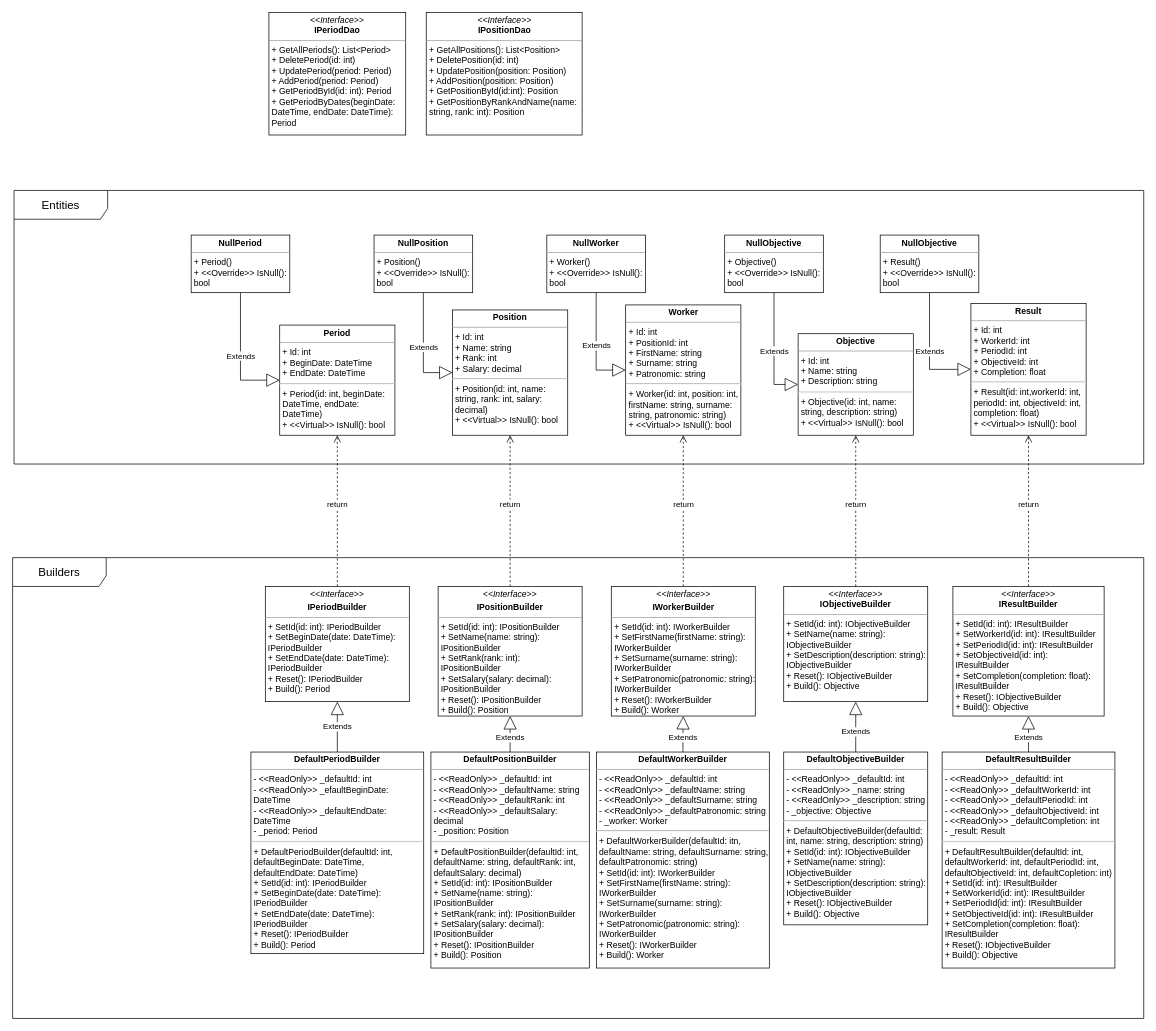
Earlier version of the draw.io diagram TaPP_First_Practice_Design.drawio (Mehanari/TaPP_Designs). Source tidied: cells renumbered, new cells numbered last; positions are measured from the earlier drawing's top-left corner, leaving out a move shared by most shapes. Both pictures are drawn from the tidied source at 72%, with x=0, y=0 at pixel (12, 12).
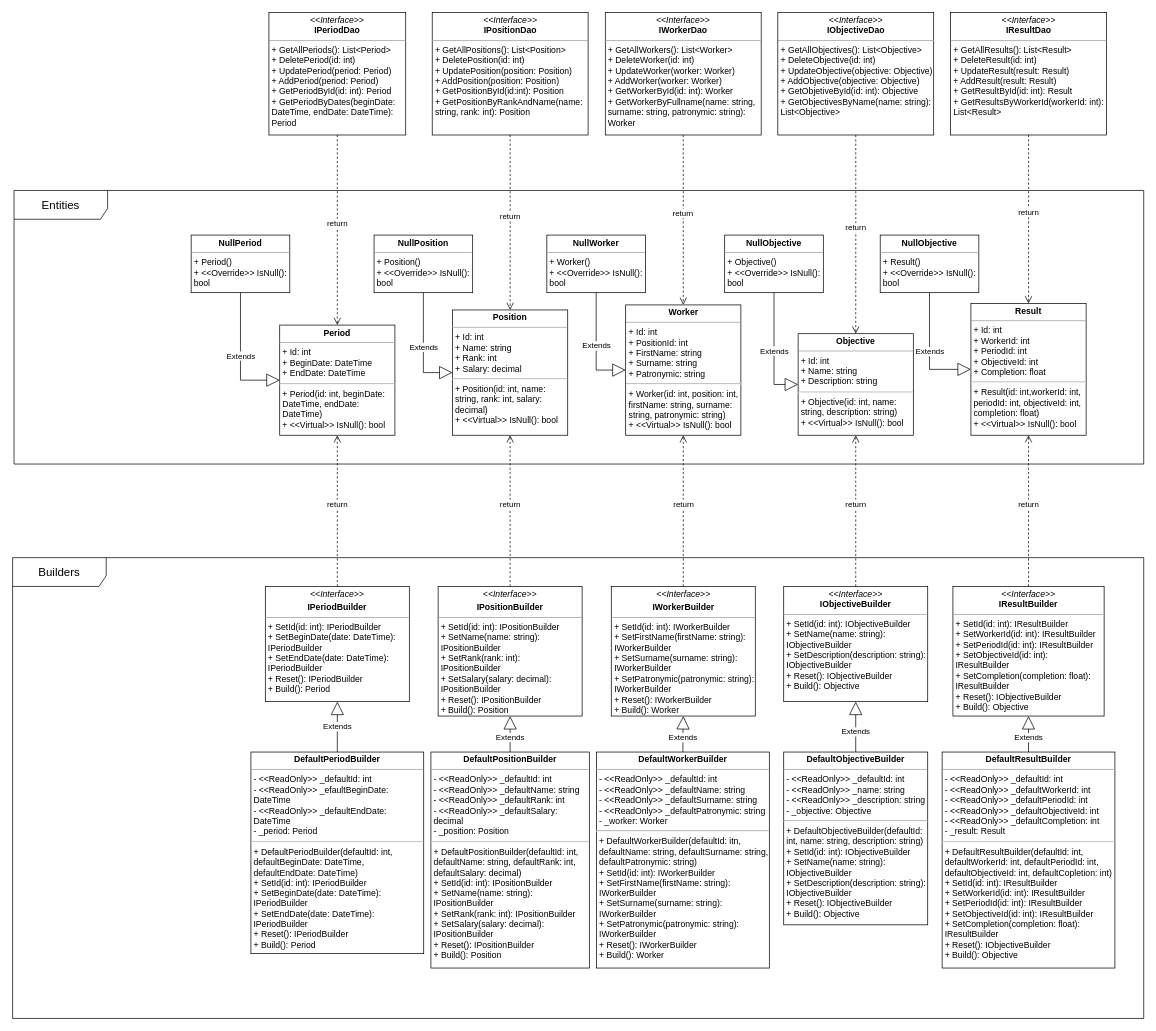
After the change.

Unchanged cells that the change refers to:
```xml
<mxCell id="3" value="&lt;p style=&quot;margin:0px;margin-top:4px;text-align:center;&quot;&gt;&lt;b&gt;Period&lt;/b&gt;&lt;/p&gt;&lt;hr size=&quot;1&quot;&gt;&lt;p style=&quot;margin:0px;margin-left:4px;&quot;&gt;+ Id: int&lt;/p&gt;&lt;p style=&quot;margin:0px;margin-left:4px;&quot;&gt;+ BeginDate: DateTime&lt;/p&gt;&lt;p style=&quot;margin:0px;margin-left:4px;&quot;&gt;+ EndDate: DateTime&lt;/p&gt;&lt;hr&gt;&lt;p style=&quot;margin:0px;margin-left:4px;&quot;&gt;+ Period(id: int, beginDate: DateTime, endDate: DateTime)&lt;/p&gt;&lt;p style=&quot;margin:0px;margin-left:4px;&quot;&gt;+ &amp;lt;&amp;lt;Virtual&amp;gt;&amp;gt; IsNull(): bool&lt;/p&gt;" style="verticalAlign=top;align=left;overflow=fill;fontSize=12;fontFamily=Helvetica;html=1;whiteSpace=wrap;" parent="1" vertex="1">
  <mxGeometry x="371" y="434" width="160" height="153" as="geometry" />
</mxCell>
<mxCell id="4" value="&lt;p style=&quot;margin:0px;margin-top:4px;text-align:center;&quot;&gt;&lt;b&gt;Position&lt;/b&gt;&lt;/p&gt;&lt;hr size=&quot;1&quot;&gt;&lt;p style=&quot;margin:0px;margin-left:4px;&quot;&gt;+ Id: int&lt;/p&gt;&lt;p style=&quot;margin:0px;margin-left:4px;&quot;&gt;+ Name: string&lt;/p&gt;&lt;p style=&quot;margin:0px;margin-left:4px;&quot;&gt;+ Rank: int&lt;/p&gt;&lt;p style=&quot;margin:0px;margin-left:4px;&quot;&gt;+ Salary: decimal&lt;/p&gt;&lt;hr&gt;&lt;p style=&quot;margin:0px;margin-left:4px;&quot;&gt;+ Position(id: int, name: string, rank: int, salary: decimal)&lt;/p&gt;&lt;p style=&quot;margin:0px;margin-left:4px;&quot;&gt;+ &amp;lt;&amp;lt;Virtual&amp;gt;&amp;gt; IsNull(): bool&lt;/p&gt;" style="verticalAlign=top;align=left;overflow=fill;fontSize=12;fontFamily=Helvetica;html=1;whiteSpace=wrap;" parent="1" vertex="1">
  <mxGeometry x="611" y="413" width="160" height="174" as="geometry" />
</mxCell>
<mxCell id="5" value="&lt;p style=&quot;margin:0px;margin-top:4px;text-align:center;&quot;&gt;&lt;b&gt;Objective&lt;/b&gt;&lt;/p&gt;&lt;hr size=&quot;1&quot;&gt;&lt;p style=&quot;margin:0px;margin-left:4px;&quot;&gt;+ Id: int&lt;/p&gt;&lt;p style=&quot;margin:0px;margin-left:4px;&quot;&gt;+ Name: string&lt;/p&gt;&lt;p style=&quot;margin:0px;margin-left:4px;&quot;&gt;+ Description: string&lt;/p&gt;&lt;hr&gt;&lt;p style=&quot;margin:0px;margin-left:4px;&quot;&gt;+ Objective(id: int, name: string, description: string)&lt;/p&gt;&lt;p style=&quot;margin:0px;margin-left:4px;&quot;&gt;+ &amp;lt;&amp;lt;Virtual&amp;gt;&amp;gt; IsNull(): bool&lt;/p&gt;&lt;p style=&quot;margin:0px;margin-left:4px;&quot;&gt;&lt;br&gt;&lt;/p&gt;" style="verticalAlign=top;align=left;overflow=fill;fontSize=12;fontFamily=Helvetica;html=1;whiteSpace=wrap;" parent="1" vertex="1">
  <mxGeometry x="1091" y="446" width="160" height="141" as="geometry" />
</mxCell>
<mxCell id="16" value="&lt;p style=&quot;margin:0px;margin-top:4px;text-align:center;&quot;&gt;&lt;b&gt;Result&lt;/b&gt;&lt;/p&gt;&lt;hr size=&quot;1&quot;&gt;&lt;p style=&quot;margin:0px;margin-left:4px;&quot;&gt;+ Id: int&lt;/p&gt;&lt;p style=&quot;margin:0px;margin-left:4px;&quot;&gt;+ WorkerId: int&lt;/p&gt;&lt;p style=&quot;margin:0px;margin-left:4px;&quot;&gt;+ PeriodId: int&lt;/p&gt;&lt;p style=&quot;margin:0px;margin-left:4px;&quot;&gt;+ ObjectiveId: int&lt;/p&gt;&lt;p style=&quot;margin:0px;margin-left:4px;&quot;&gt;+ Completion: float&lt;/p&gt;&lt;hr&gt;&lt;p style=&quot;margin:0px;margin-left:4px;&quot;&gt;+ Result(id: int,workerId: int, periodId: int, objectiveId: int, completion: float)&lt;/p&gt;&lt;p style=&quot;margin:0px;margin-left:4px;&quot;&gt;+ &amp;lt;&amp;lt;Virtual&amp;gt;&amp;gt; IsNull(): bool&lt;/p&gt;&lt;p style=&quot;margin:0px;margin-left:4px;&quot;&gt;&lt;br&gt;&lt;/p&gt;" style="verticalAlign=top;align=left;overflow=fill;fontSize=12;fontFamily=Helvetica;html=1;whiteSpace=wrap;" parent="1" vertex="1">
  <mxGeometry x="1331" y="404" width="160" height="183" as="geometry" />
</mxCell>
<mxCell id="29" value="&lt;p style=&quot;margin:0px;margin-top:4px;text-align:center;&quot;&gt;&lt;i&gt;&amp;lt;&amp;lt;Interface&amp;gt;&amp;gt;&lt;/i&gt;&lt;br&gt;&lt;b&gt;IPeriodDao&lt;/b&gt;&lt;/p&gt;&lt;hr size=&quot;1&quot;&gt;&lt;p style=&quot;margin:0px;margin-left:4px;&quot;&gt;+ GetAllPeriods(): List&amp;lt;Period&amp;gt;&lt;/p&gt;&lt;p style=&quot;margin:0px;margin-left:4px;&quot;&gt;+ DeletePeriod(id: int)&lt;/p&gt;&lt;p style=&quot;margin:0px;margin-left:4px;&quot;&gt;+ UpdatePeriod(period: Period)&lt;/p&gt;&lt;p style=&quot;margin:0px;margin-left:4px;&quot;&gt;+ AddPeriod(period: Period)&lt;/p&gt;&lt;p style=&quot;margin:0px;margin-left:4px;&quot;&gt;+ GetPeriodById(id: int): Period&lt;/p&gt;&lt;p style=&quot;margin:0px;margin-left:4px;&quot;&gt;+ GetPeriodByDates(beginDate: DateTime, endDate: DateTime): Period&lt;/p&gt;" style="verticalAlign=top;align=left;overflow=fill;fontSize=12;fontFamily=Helvetica;html=1;whiteSpace=wrap;" parent="1" vertex="1">
  <mxGeometry x="356" width="190" height="170" as="geometry" />
</mxCell>
```

The edit, as a diff of the source:
```diff
@@
-    <mxCell id="6" value="&lt;p style=&quot;margin:0px;margin-top:4px;text-align:center;&quot;&gt;&lt;b&gt;Worker&lt;/b&gt;&lt;/p&gt;&lt;hr size=&quot;1&quot;&gt;&lt;p style=&quot;margin:0px;margin-left:4px;&quot;&gt;+ Id: int&lt;/p&gt;&lt;p style=&quot;margin:0px;margin-left:4px;&quot;&gt;+ PositionId: int&lt;/p&gt;&lt;p style=&quot;margin:0px;margin-left:4px;&quot;&gt;+ FirstName: string&lt;/p&gt;&lt;p style=&quot;margin:0px;margin-left:4px;&quot;&gt;+ Surname: string&lt;/p&gt;&lt;p style=&quot;margin:0px;margin-left:4px;&quot;&gt;+ Patronomic: string&lt;/p&gt;&lt;hr&gt;&lt;p style=&quot;margin:0px;margin-left:4px;&quot;&gt;+ Worker(id: int, position: int, firstName: string, surname: string, patronomic: string)&lt;/p&gt;&lt;p style=&quot;margin:0px;margin-left:4px;&quot;&gt;+ &amp;lt;&amp;lt;Virtual&amp;gt;&amp;gt; IsNull(): bool&lt;/p&gt;" style="verticalAlign=top;align=left;overflow=fill;fontSize=12;fontFamily=Helvetica;html=1;whiteSpace=wrap;" parent="1" vertex="1">
+    <mxCell id="6" value="&lt;p style=&quot;margin:0px;margin-top:4px;text-align:center;&quot;&gt;&lt;b&gt;Worker&lt;/b&gt;&lt;/p&gt;&lt;hr size=&quot;1&quot;&gt;&lt;p style=&quot;margin:0px;margin-left:4px;&quot;&gt;+ Id: int&lt;/p&gt;&lt;p style=&quot;margin:0px;margin-left:4px;&quot;&gt;+ PositionId: int&lt;/p&gt;&lt;p style=&quot;margin:0px;margin-left:4px;&quot;&gt;+ FirstName: string&lt;/p&gt;&lt;p style=&quot;margin:0px;margin-left:4px;&quot;&gt;+ Surname: string&lt;/p&gt;&lt;p style=&quot;margin:0px;margin-left:4px;&quot;&gt;+ Patronymic: string&lt;/p&gt;&lt;hr&gt;&lt;p style=&quot;margin:0px;margin-left:4px;&quot;&gt;+ Worker(id: int, position: int, firstName: string, surname: string, patronymic: string)&lt;/p&gt;&lt;p style=&quot;margin:0px;margin-left:4px;&quot;&gt;+ &amp;lt;&amp;lt;Virtual&amp;gt;&amp;gt; IsNull(): bool&lt;/p&gt;" style="verticalAlign=top;align=left;overflow=fill;fontSize=12;fontFamily=Helvetica;html=1;whiteSpace=wrap;" parent="1" vertex="1">
       <mxGeometry x="851.5" y="406" width="160" height="181" as="geometry" />
     </mxCell>
@@
-    <mxCell id="11" value="&lt;p style=&quot;margin:0px;margin-top:4px;text-align:center;&quot;&gt;&lt;i style=&quot;border-color: var(--border-color);&quot;&gt;&amp;lt;&amp;lt;Interface&amp;gt;&amp;gt;&lt;/i&gt;&lt;b&gt;&lt;br&gt;&lt;/b&gt;&lt;/p&gt;&lt;p style=&quot;margin:0px;margin-top:4px;text-align:center;&quot;&gt;&lt;b&gt;IWorkerBuilder&lt;/b&gt;&lt;/p&gt;&lt;hr size=&quot;1&quot;&gt;&lt;p style=&quot;margin:0px;margin-left:4px;&quot;&gt;+ SetId(id: int): IWorkerBuilder&lt;/p&gt;&lt;p style=&quot;margin:0px;margin-left:4px;&quot;&gt;+ SetFirstName(firstName: string): IWorkerBuilder&lt;/p&gt;&lt;p style=&quot;margin:0px;margin-left:4px;&quot;&gt;+ SetSurname(surname: string): IWorkerBuilder&lt;/p&gt;&lt;p style=&quot;margin:0px;margin-left:4px;&quot;&gt;+ SetPatronomic(patronomic: string): IWorkerBuilder&lt;/p&gt;&lt;p style=&quot;margin:0px;margin-left:4px;&quot;&gt;+ Reset(): IWorkerBuilder&lt;/p&gt;&lt;p style=&quot;margin:0px;margin-left:4px;&quot;&gt;+ Build(): Worker&lt;/p&gt;" style="verticalAlign=top;align=left;overflow=fill;fontSize=12;fontFamily=Helvetica;html=1;whiteSpace=wrap;" parent="1" vertex="1">
+    <mxCell id="11" value="&lt;p style=&quot;margin:0px;margin-top:4px;text-align:center;&quot;&gt;&lt;i style=&quot;border-color: var(--border-color);&quot;&gt;&amp;lt;&amp;lt;Interface&amp;gt;&amp;gt;&lt;/i&gt;&lt;b&gt;&lt;br&gt;&lt;/b&gt;&lt;/p&gt;&lt;p style=&quot;margin:0px;margin-top:4px;text-align:center;&quot;&gt;&lt;b&gt;IWorkerBuilder&lt;/b&gt;&lt;/p&gt;&lt;hr size=&quot;1&quot;&gt;&lt;p style=&quot;margin:0px;margin-left:4px;&quot;&gt;+ SetId(id: int): IWorkerBuilder&lt;/p&gt;&lt;p style=&quot;margin:0px;margin-left:4px;&quot;&gt;+ SetFirstName(firstName: string): IWorkerBuilder&lt;/p&gt;&lt;p style=&quot;margin:0px;margin-left:4px;&quot;&gt;+ SetSurname(surname: string): IWorkerBuilder&lt;/p&gt;&lt;p style=&quot;margin:0px;margin-left:4px;&quot;&gt;+ SetPatronymic(patronymic: string): IWorkerBuilder&lt;/p&gt;&lt;p style=&quot;margin:0px;margin-left:4px;&quot;&gt;+ Reset(): IWorkerBuilder&lt;/p&gt;&lt;p style=&quot;margin:0px;margin-left:4px;&quot;&gt;+ Build(): Worker&lt;/p&gt;" style="verticalAlign=top;align=left;overflow=fill;fontSize=12;fontFamily=Helvetica;html=1;whiteSpace=wrap;" parent="1" vertex="1">
       <mxGeometry x="831.5" y="797" width="200" height="180" as="geometry" />
     </mxCell>
@@
-    <mxCell id="21" value="&lt;p style=&quot;margin:0px;margin-top:4px;text-align:center;&quot;&gt;&lt;b style=&quot;background-color: initial;&quot;&gt;DefaultWorkerBuilder&lt;/b&gt;&lt;br&gt;&lt;/p&gt;&lt;hr size=&quot;1&quot;&gt;&lt;p style=&quot;margin:0px;margin-left:4px;&quot;&gt;- &amp;lt;&amp;lt;ReadOnly&amp;gt;&amp;gt; _defaultId: int&lt;/p&gt;&lt;p style=&quot;margin:0px;margin-left:4px;&quot;&gt;- &amp;lt;&amp;lt;ReadOnly&amp;gt;&amp;gt; _defaultName: string&lt;/p&gt;&lt;p style=&quot;margin:0px;margin-left:4px;&quot;&gt;- &amp;lt;&amp;lt;ReadOnly&amp;gt;&amp;gt; _defaultSurname: string&lt;/p&gt;&lt;p style=&quot;margin:0px;margin-left:4px;&quot;&gt;- &amp;lt;&amp;lt;ReadOnly&amp;gt;&amp;gt; _defaultPatronomic: string&lt;/p&gt;&lt;p style=&quot;margin:0px;margin-left:4px;&quot;&gt;- _worker: Worker&lt;/p&gt;&lt;hr&gt;&lt;p style=&quot;margin:0px;margin-left:4px;&quot;&gt;+ DefaultWorkerBuilder(defaultId: itn, defaultName: string, defaultSurname: string, defaultPatronomic: string)&lt;br&gt;+ SetId(id: int): IWorkerBuilder&lt;/p&gt;&lt;p style=&quot;margin:0px;margin-left:4px;&quot;&gt;+ SetFirstName(firstName: string): IWorkerBuilder&lt;/p&gt;&lt;p style=&quot;margin:0px;margin-left:4px;&quot;&gt;+ SetSurname(surname: string): IWorkerBuilder&lt;/p&gt;&lt;p style=&quot;margin:0px;margin-left:4px;&quot;&gt;+ SetPatronomic(patronomic: string): IWorkerBuilder&lt;/p&gt;&lt;p style=&quot;margin:0px;margin-left:4px;&quot;&gt;+ Reset(): IWorkerBuilder&lt;/p&gt;&lt;p style=&quot;margin:0px;margin-left:4px;&quot;&gt;+ Build(): Worker&lt;/p&gt;" style="verticalAlign=top;align=left;overflow=fill;fontSize=12;fontFamily=Helvetica;html=1;whiteSpace=wrap;" parent="1" vertex="1">
+    <mxCell id="21" value="&lt;p style=&quot;margin:0px;margin-top:4px;text-align:center;&quot;&gt;&lt;b style=&quot;background-color: initial;&quot;&gt;DefaultWorkerBuilder&lt;/b&gt;&lt;br&gt;&lt;/p&gt;&lt;hr size=&quot;1&quot;&gt;&lt;p style=&quot;margin:0px;margin-left:4px;&quot;&gt;- &amp;lt;&amp;lt;ReadOnly&amp;gt;&amp;gt; _defaultId: int&lt;/p&gt;&lt;p style=&quot;margin:0px;margin-left:4px;&quot;&gt;- &amp;lt;&amp;lt;ReadOnly&amp;gt;&amp;gt; _defaultName: string&lt;/p&gt;&lt;p style=&quot;margin:0px;margin-left:4px;&quot;&gt;- &amp;lt;&amp;lt;ReadOnly&amp;gt;&amp;gt; _defaultSurname: string&lt;/p&gt;&lt;p style=&quot;margin:0px;margin-left:4px;&quot;&gt;- &amp;lt;&amp;lt;ReadOnly&amp;gt;&amp;gt; _defaultPatronymic: string&lt;/p&gt;&lt;p style=&quot;margin:0px;margin-left:4px;&quot;&gt;- _worker: Worker&lt;/p&gt;&lt;hr&gt;&lt;p style=&quot;margin:0px;margin-left:4px;&quot;&gt;+ DefaultWorkerBuilder(defaultId: itn, defaultName: string, defaultSurname: string, defaultPatronymic: string)&lt;br&gt;+ SetId(id: int): IWorkerBuilder&lt;/p&gt;&lt;p style=&quot;margin:0px;margin-left:4px;&quot;&gt;+ SetFirstName(firstName: string): IWorkerBuilder&lt;/p&gt;&lt;p style=&quot;margin:0px;margin-left:4px;&quot;&gt;+ SetSurname(surname: string): IWorkerBuilder&lt;/p&gt;&lt;p style=&quot;margin:0px;margin-left:4px;&quot;&gt;+ SetPatronymic(patronymic: string): IWorkerBuilder&lt;/p&gt;&lt;p style=&quot;margin:0px;margin-left:4px;&quot;&gt;+ Reset(): IWorkerBuilder&lt;/p&gt;&lt;p style=&quot;margin:0px;margin-left:4px;&quot;&gt;+ Build(): Worker&lt;/p&gt;" style="verticalAlign=top;align=left;overflow=fill;fontSize=12;fontFamily=Helvetica;html=1;whiteSpace=wrap;" parent="1" vertex="1">
       <mxGeometry x="811" y="1027" width="240" height="300" as="geometry" />
     </mxCell>
@@
     <mxCell id="30" value="&lt;p style=&quot;margin:0px;margin-top:4px;text-align:center;&quot;&gt;&lt;i&gt;&amp;lt;&amp;lt;Interface&amp;gt;&amp;gt;&lt;/i&gt;&lt;br&gt;&lt;b&gt;IPositionDao&lt;/b&gt;&lt;/p&gt;&lt;hr size=&quot;1&quot;&gt;&lt;p style=&quot;margin:0px;margin-left:4px;&quot;&gt;+ GetAllPositions(): List&amp;lt;Position&amp;gt;&lt;/p&gt;&lt;p style=&quot;margin:0px;margin-left:4px;&quot;&gt;+ DeletePosition(id: int)&lt;/p&gt;&lt;p style=&quot;margin:0px;margin-left:4px;&quot;&gt;+ UpdatePosition(position: Position)&lt;/p&gt;&lt;p style=&quot;margin:0px;margin-left:4px;&quot;&gt;+ AddPosition(position: Position)&lt;/p&gt;&lt;p style=&quot;margin:0px;margin-left:4px;&quot;&gt;+ GetPositionById(id:int): Position&lt;/p&gt;&lt;p style=&quot;margin:0px;margin-left:4px;&quot;&gt;+ GetPositionByRankAndName(name: string, rank: int): Position&lt;/p&gt;" style="verticalAlign=top;align=left;overflow=fill;fontSize=12;fontFamily=Helvetica;html=1;whiteSpace=wrap;" parent="1" vertex="1">
-      <mxGeometry x="574.5" width="216.5" height="170" as="geometry" />
+      <mxGeometry x="582.8" width="216.5" height="170" as="geometry" />
     </mxCell>
@@
+    <mxCell id="41" value="&lt;p style=&quot;margin:0px;margin-top:4px;text-align:center;&quot;&gt;&lt;i&gt;&amp;lt;&amp;lt;Interface&amp;gt;&amp;gt;&lt;/i&gt;&lt;br&gt;&lt;b&gt;IWorkerDao&lt;/b&gt;&lt;/p&gt;&lt;hr size=&quot;1&quot;&gt;&lt;p style=&quot;margin:0px;margin-left:4px;&quot;&gt;+ GetAllWorkers(): List&amp;lt;Worker&amp;gt;&lt;/p&gt;&lt;p style=&quot;margin:0px;margin-left:4px;&quot;&gt;+ DeleteWorker(id: int)&lt;/p&gt;&lt;p style=&quot;margin:0px;margin-left:4px;&quot;&gt;+ UpdateWorker(worker: Worker)&lt;/p&gt;&lt;p style=&quot;margin:0px;margin-left:4px;&quot;&gt;+ AddWorker(worker: Worker)&lt;/p&gt;&lt;p style=&quot;margin:0px;margin-left:4px;&quot;&gt;+ GetWorkerById(id: int): Worker&lt;/p&gt;&lt;p style=&quot;margin:0px;margin-left:4px;&quot;&gt;+ GetWorkerByFullname(name: string, surname: string, patronymic: string): Worker&lt;/p&gt;" style="verticalAlign=top;align=left;overflow=fill;fontSize=12;fontFamily=Helvetica;html=1;whiteSpace=wrap;" parent="1" vertex="1">
+      <mxGeometry x="823.2" width="216.5" height="170" as="geometry" />
+    </mxCell>
+    <mxCell id="42" value="&lt;p style=&quot;margin:0px;margin-top:4px;text-align:center;&quot;&gt;&lt;i&gt;&amp;lt;&amp;lt;Interface&amp;gt;&amp;gt;&lt;/i&gt;&lt;br&gt;&lt;b&gt;IObjectiveDao&lt;/b&gt;&lt;/p&gt;&lt;hr size=&quot;1&quot;&gt;&lt;p style=&quot;margin:0px;margin-left:4px;&quot;&gt;+ GetAllObjectives(): List&amp;lt;Objective&amp;gt;&lt;/p&gt;&lt;p style=&quot;margin:0px;margin-left:4px;&quot;&gt;+ DeleteObjective(id: int)&lt;/p&gt;&lt;p style=&quot;margin:0px;margin-left:4px;&quot;&gt;+ UpdateObjective(objective: Objective)&lt;/p&gt;&lt;p style=&quot;margin:0px;margin-left:4px;&quot;&gt;+ AddObjective(objective: Objective)&lt;/p&gt;&lt;p style=&quot;margin:0px;margin-left:4px;&quot;&gt;+ GetObjetiveById(id: int): Objective&lt;/p&gt;&lt;p style=&quot;margin:0px;margin-left:4px;&quot;&gt;+ GetObjectivesByName(name: string): List&amp;lt;Objective&amp;gt;&lt;/p&gt;" style="verticalAlign=top;align=left;overflow=fill;fontSize=12;fontFamily=Helvetica;html=1;whiteSpace=wrap;" parent="1" vertex="1">
+      <mxGeometry x="1062.8" width="216.5" height="170" as="geometry" />
+    </mxCell>
+    <mxCell id="43" value="return" style="html=1;verticalAlign=bottom;endArrow=open;dashed=1;endSize=8;rounded=0;exitX=0.5;exitY=1;exitDx=0;exitDy=0;entryX=0.5;entryY=0;entryDx=0;entryDy=0;edgeStyle=orthogonalEdgeStyle;" parent="1" edge="1" source="29" target="3">
+      <mxGeometry relative="1" as="geometry" />
+    </mxCell>
+    <mxCell id="44" value="return" style="html=1;verticalAlign=bottom;endArrow=open;dashed=1;endSize=8;rounded=0;exitX=0.5;exitY=1;exitDx=0;exitDy=0;entryX=0.5;entryY=0;entryDx=0;entryDy=0;edgeStyle=orthogonalEdgeStyle;" parent="1" edge="1" source="30" target="4">
+      <mxGeometry relative="1" as="geometry" />
+    </mxCell>
+    <mxCell id="45" value="return" style="html=1;verticalAlign=bottom;endArrow=open;dashed=1;endSize=8;rounded=0;exitX=0.5;exitY=1;exitDx=0;exitDy=0;entryX=0.5;entryY=0;entryDx=0;entryDy=0;edgeStyle=orthogonalEdgeStyle;" parent="1" edge="1" source="41" target="6">
+      <mxGeometry relative="1" as="geometry" />
+    </mxCell>
+    <mxCell id="46" value="return" style="html=1;verticalAlign=bottom;endArrow=open;dashed=1;endSize=8;rounded=0;exitX=0.5;exitY=1;exitDx=0;exitDy=0;entryX=0.5;entryY=0;entryDx=0;entryDy=0;edgeStyle=orthogonalEdgeStyle;" parent="1" edge="1" source="42" target="5">
+      <mxGeometry relative="1" as="geometry" />
+    </mxCell>
+    <mxCell id="47" value="&lt;p style=&quot;margin:0px;margin-top:4px;text-align:center;&quot;&gt;&lt;i&gt;&amp;lt;&amp;lt;Interface&amp;gt;&amp;gt;&lt;/i&gt;&lt;br&gt;&lt;b&gt;IResultDao&lt;/b&gt;&lt;/p&gt;&lt;hr size=&quot;1&quot;&gt;&lt;p style=&quot;margin:0px;margin-left:4px;&quot;&gt;+ GetAllResults(): List&amp;lt;Result&amp;gt;&lt;/p&gt;&lt;p style=&quot;margin:0px;margin-left:4px;&quot;&gt;+ DeleteResult(id: int)&lt;/p&gt;&lt;p style=&quot;margin:0px;margin-left:4px;&quot;&gt;+ UpdateResult(result: Result)&lt;/p&gt;&lt;p style=&quot;margin:0px;margin-left:4px;&quot;&gt;+ AddResult(result: Result)&lt;/p&gt;&lt;p style=&quot;margin:0px;margin-left:4px;&quot;&gt;+ GetResultById(id: int): Result&lt;/p&gt;&lt;p style=&quot;margin:0px;margin-left:4px;&quot;&gt;+ GetResultsByWorkerId(workerId: int): List&amp;lt;Result&amp;gt;&lt;/p&gt;" style="verticalAlign=top;align=left;overflow=fill;fontSize=12;fontFamily=Helvetica;html=1;whiteSpace=wrap;" parent="1" vertex="1">
+      <mxGeometry x="1302.8" width="216.5" height="170" as="geometry" />
+    </mxCell>
+    <mxCell id="48" value="return" style="html=1;verticalAlign=bottom;endArrow=open;dashed=1;endSize=8;rounded=0;exitX=0.5;exitY=1;exitDx=0;exitDy=0;entryX=0.5;entryY=0;entryDx=0;entryDy=0;edgeStyle=orthogonalEdgeStyle;" parent="1" edge="1" source="47" target="16">
+      <mxGeometry relative="1" as="geometry" />
+    </mxCell>
```
